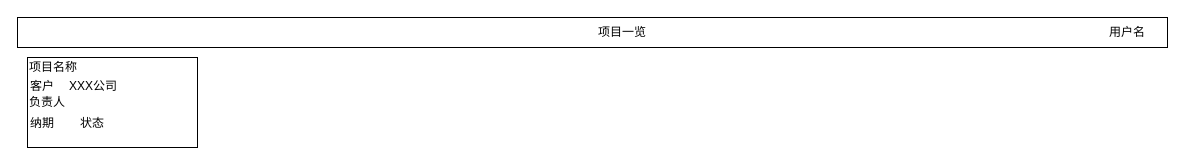
callistoctopus/project-all-in-one keeps this draw.io diagram as page "pm-projects" (2 of 11) of project-in-action/software-develop-management-system/doc/design/ui/sdms.drawio. Above is the earlier version. Source tidied: cells renumbered, new cells numbered last; positions are measured from the earlier drawing's top-left corner, leaving out a move shared by most shapes. Both pictures are drawn from the tidied source at 100%, with x=0, y=0 at pixel (17, 17).
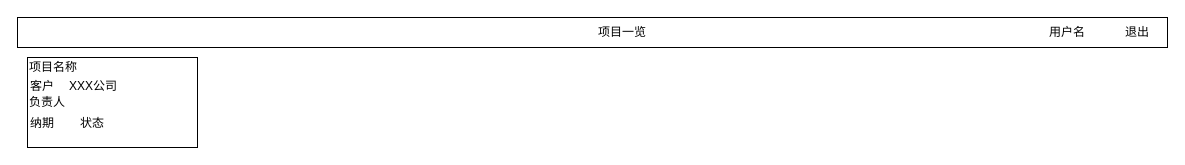
The same diagram, later.

The edit, as a diff of the source:
```diff
@@
 <mxGraphModel>
   <root>
     <mxCell id="0" />
     <mxCell id="1" parent="0" />
     <mxCell id="2" style="rounded=0;whiteSpace=wrap;html=1;" parent="1" vertex="1">
       <mxGeometry width="1150" height="30" as="geometry" />
     </mxCell>
     <mxCell id="3" style="rounded=0;whiteSpace=wrap;html=1;" parent="1" vertex="1">
       <mxGeometry x="10" y="40" width="170" height="90" as="geometry" />
     </mxCell>
     <mxCell id="4" value="项目一览" style="text;html=1;strokeColor=none;fillColor=none;align=center;verticalAlign=middle;whiteSpace=wrap;rounded=0;" parent="1" vertex="1">
       <mxGeometry x="530" y="5" width="150" height="20" as="geometry" />
     </mxCell>
     <mxCell id="5" value="用户名" style="text;html=1;strokeColor=none;fillColor=none;align=center;verticalAlign=middle;whiteSpace=wrap;rounded=0;" parent="1" vertex="1">
-      <mxGeometry x="1090" y="5" width="40" height="20" as="geometry" />
+      <mxGeometry x="1030" y="5" width="40" height="20" as="geometry" />
     </mxCell>
     <mxCell id="6" value="项目名称" style="text;html=1;strokeColor=none;fillColor=none;align=left;verticalAlign=middle;whiteSpace=wrap;rounded=0;" parent="1" vertex="1">
       <mxGeometry x="10" y="40" width="120" height="20" as="geometry" />
     </mxCell>
     <mxCell id="7" value="XXX公司" style="text;html=1;strokeColor=none;fillColor=none;align=left;verticalAlign=middle;whiteSpace=wrap;rounded=0;" parent="1" vertex="1">
       <mxGeometry x="50" y="59" width="60" height="20" as="geometry" />
     </mxCell>
     <mxCell id="8" value="负责人" style="text;html=1;strokeColor=none;fillColor=none;align=left;verticalAlign=middle;whiteSpace=wrap;rounded=0;" parent="1" vertex="1">
       <mxGeometry x="10" y="75" width="40" height="20" as="geometry" />
     </mxCell>
     <mxCell id="9" value="纳期" style="text;html=1;strokeColor=none;fillColor=none;align=left;verticalAlign=middle;whiteSpace=wrap;rounded=0;" parent="1" vertex="1">
       <mxGeometry x="11" y="95" width="50" height="22" as="geometry" />
     </mxCell>
     <mxCell id="10" value="状态" style="text;html=1;strokeColor=none;fillColor=none;align=left;verticalAlign=middle;whiteSpace=wrap;rounded=0;" parent="1" vertex="1">
       <mxGeometry x="61" y="95" width="50" height="22" as="geometry" />
     </mxCell>
     <mxCell id="11" value="客户" style="text;html=1;strokeColor=none;fillColor=none;align=left;verticalAlign=middle;whiteSpace=wrap;rounded=0;" parent="1" vertex="1">
       <mxGeometry x="11" y="59" width="40" height="20" as="geometry" />
     </mxCell>
+    <mxCell id="12" value="退出" style="text;html=1;strokeColor=none;fillColor=none;align=center;verticalAlign=middle;whiteSpace=wrap;rounded=0;" parent="1" vertex="1">
+      <mxGeometry x="1100" y="5" width="40" height="20" as="geometry" />
+    </mxCell>
   </root>
 </mxGraphModel>
```
